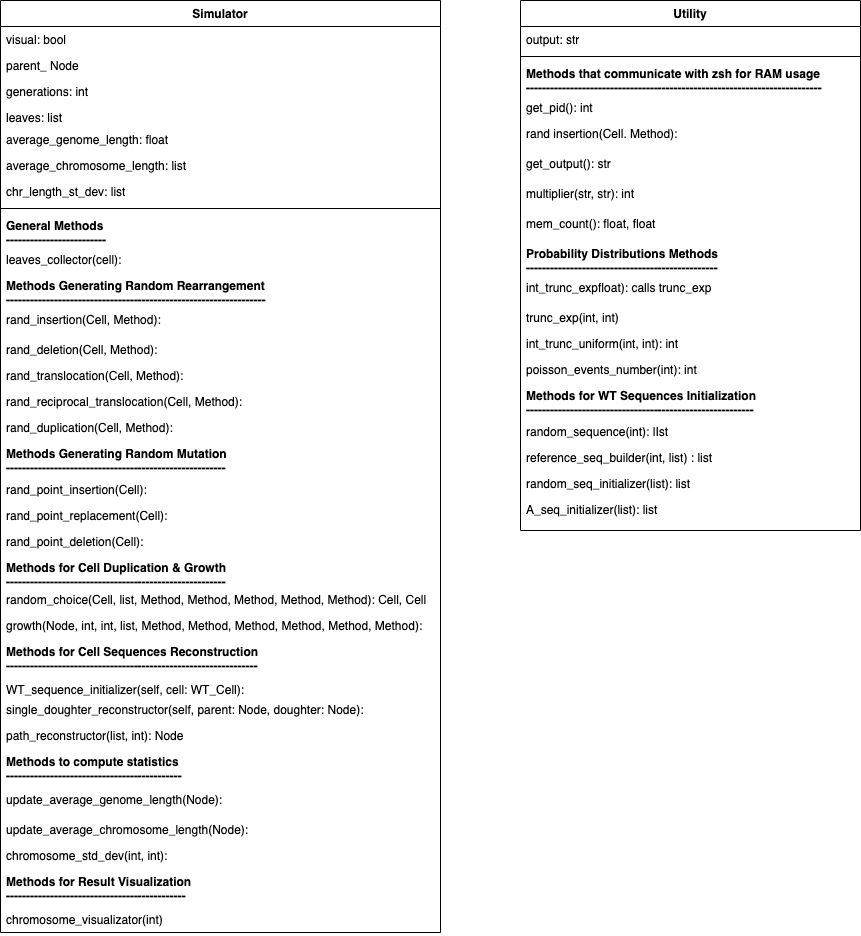
Above: images/Simulator.png in robertonetti/yeast-cascade-mutation-simulator (draw.io), before the change. Source tidied: cells renumbered, new cells last; positions are measured from the earlier drawing's top-left corner, leaving out a move shared by most shapes.
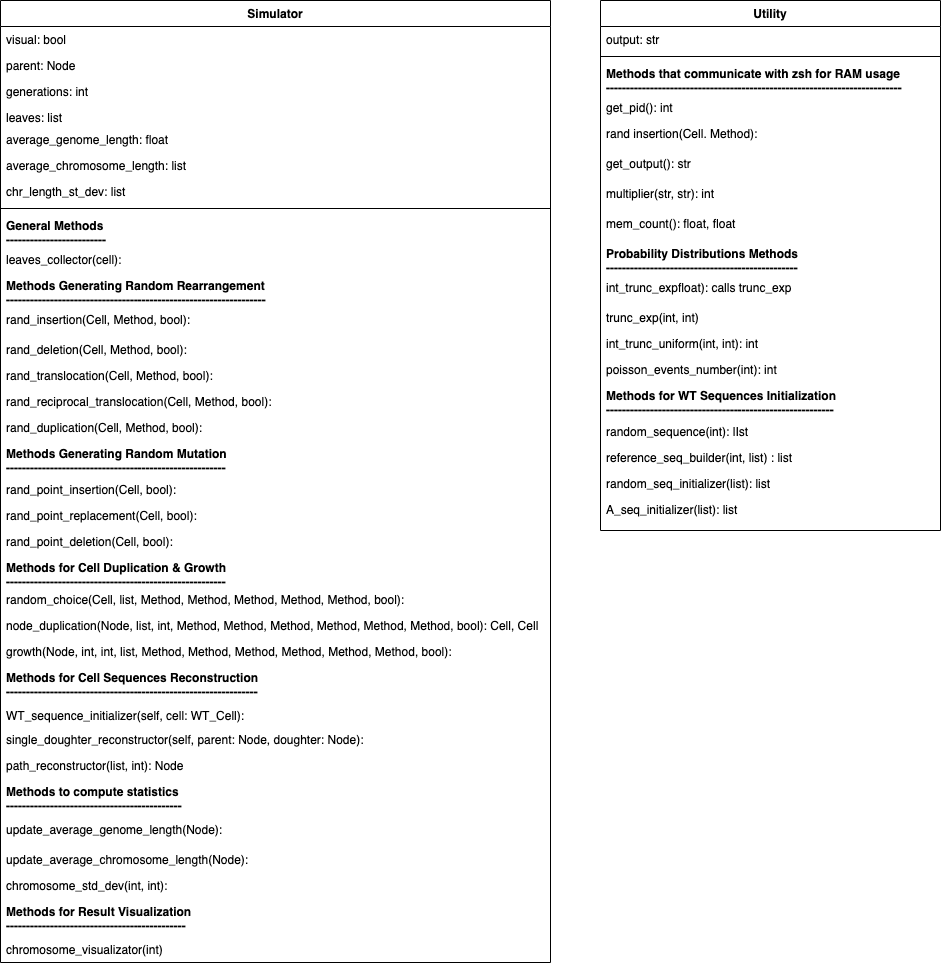
The same file after the commit.

The edit, as a diff of the source:
```diff
@@ -3,109 +3,112 @@
     <mxCell id="0" />
     <mxCell id="1" parent="0" />
     <mxCell id="2" value="Simulator" style="swimlane;fontStyle=1;align=center;verticalAlign=top;horizontal=1;startSize=26;rounded=0;shadow=0;strokeWidth=1;labelBackgroundColor=none;labelBorderColor=none;" parent="1" vertex="1">
-      <mxGeometry width="440" height="932" as="geometry" />
+      <mxGeometry width="550" height="962" as="geometry" />
     </mxCell>
     <mxCell id="3" value="visual: bool" style="text;align=left;verticalAlign=top;spacingLeft=4;spacingRight=4;overflow=hidden;" parent="2" vertex="1">
-      <mxGeometry y="26" width="440" height="26" as="geometry" />
+      <mxGeometry y="26" width="550" height="26" as="geometry" />
     </mxCell>
-    <mxCell id="4" value="parent_ Node" style="text;align=left;verticalAlign=top;spacingLeft=4;spacingRight=4;overflow=hidden;" parent="2" vertex="1">
-      <mxGeometry y="52" width="440" height="26" as="geometry" />
+    <mxCell id="4" value="parent: Node" style="text;align=left;verticalAlign=top;spacingLeft=4;spacingRight=4;overflow=hidden;" parent="2" vertex="1">
+      <mxGeometry y="52" width="550" height="26" as="geometry" />
     </mxCell>
     <mxCell id="5" value="generations: int" style="text;align=left;verticalAlign=top;spacingLeft=4;spacingRight=4;overflow=hidden;rounded=0;shadow=0;html=0;" parent="2" vertex="1">
-      <mxGeometry y="78" width="440" height="26" as="geometry" />
+      <mxGeometry y="78" width="550" height="26" as="geometry" />
     </mxCell>
     <mxCell id="6" value="leaves: list" style="text;align=left;verticalAlign=top;spacingLeft=4;spacingRight=4;overflow=hidden;rounded=0;shadow=0;html=0;" parent="2" vertex="1">
-      <mxGeometry y="104" width="440" height="22" as="geometry" />
+      <mxGeometry y="104" width="550" height="22" as="geometry" />
     </mxCell>
     <mxCell id="7" value="average_genome_length: float" style="text;align=left;verticalAlign=top;spacingLeft=4;spacingRight=4;overflow=hidden;" parent="2" vertex="1">
-      <mxGeometry y="126" width="440" height="26" as="geometry" />
+      <mxGeometry y="126" width="550" height="26" as="geometry" />
     </mxCell>
     <mxCell id="8" value="average_chromosome_length: list" style="text;align=left;verticalAlign=top;spacingLeft=4;spacingRight=4;overflow=hidden;" parent="2" vertex="1">
-      <mxGeometry y="152" width="440" height="26" as="geometry" />
+      <mxGeometry y="152" width="550" height="26" as="geometry" />
     </mxCell>
     <mxCell id="9" value="chr_length_st_dev: list" style="text;align=left;verticalAlign=top;spacingLeft=4;spacingRight=4;overflow=hidden;" parent="2" vertex="1">
-      <mxGeometry y="178" width="440" height="26" as="geometry" />
+      <mxGeometry y="178" width="550" height="26" as="geometry" />
     </mxCell>
     <mxCell id="10" style="line;html=1;strokeWidth=1;align=left;verticalAlign=middle;spacingTop=-1;spacingLeft=3;spacingRight=3;labelPosition=right;" parent="2" vertex="1">
-      <mxGeometry y="204" width="440" height="8" as="geometry" />
+      <mxGeometry y="204" width="550" height="8" as="geometry" />
     </mxCell>
     <mxCell id="11" value="General Methods&#10;-------------------------" style="text;align=left;verticalAlign=top;spacingLeft=4;spacingRight=4;overflow=hidden;fontStyle=1;" parent="2" vertex="1">
-      <mxGeometry y="212" width="440" height="34" as="geometry" />
+      <mxGeometry y="212" width="550" height="34" as="geometry" />
     </mxCell>
     <mxCell id="12" value="leaves_collector(cell):" style="text;align=left;verticalAlign=top;spacingLeft=4;spacingRight=4;overflow=hidden;" parent="2" vertex="1">
-      <mxGeometry y="246" width="440" height="26" as="geometry" />
+      <mxGeometry y="246" width="550" height="26" as="geometry" />
     </mxCell>
     <mxCell id="13" value="Methods Generating Random Rearrangement&#10;-----------------------------------------------------------------" style="text;align=left;verticalAlign=top;spacingLeft=4;spacingRight=4;overflow=hidden;fontStyle=1;" parent="2" vertex="1">
-      <mxGeometry y="272" width="440" height="34" as="geometry" />
+      <mxGeometry y="272" width="550" height="34" as="geometry" />
     </mxCell>
-    <mxCell id="14" value="rand_insertion(Cell, Method):&#10;" style="text;align=left;verticalAlign=top;spacingLeft=4;spacingRight=4;overflow=hidden;" parent="2" vertex="1">
-      <mxGeometry y="306" width="440" height="30" as="geometry" />
+    <mxCell id="14" value="rand_insertion(Cell, Method, bool):&#10;" style="text;align=left;verticalAlign=top;spacingLeft=4;spacingRight=4;overflow=hidden;" parent="2" vertex="1">
+      <mxGeometry y="306" width="550" height="30" as="geometry" />
     </mxCell>
-    <mxCell id="15" value="rand_deletion(Cell, Method):" style="text;align=left;verticalAlign=top;spacingLeft=4;spacingRight=4;overflow=hidden;" parent="2" vertex="1">
-      <mxGeometry y="336" width="440" height="26" as="geometry" />
+    <mxCell id="15" value="rand_deletion(Cell, Method, bool):" style="text;align=left;verticalAlign=top;spacingLeft=4;spacingRight=4;overflow=hidden;" parent="2" vertex="1">
+      <mxGeometry y="336" width="550" height="26" as="geometry" />
     </mxCell>
-    <mxCell id="16" value="rand_translocation(Cell, Method):" style="text;align=left;verticalAlign=top;spacingLeft=4;spacingRight=4;overflow=hidden;" parent="2" vertex="1">
-      <mxGeometry y="362" width="440" height="26" as="geometry" />
+    <mxCell id="16" value="rand_translocation(Cell, Method, bool):" style="text;align=left;verticalAlign=top;spacingLeft=4;spacingRight=4;overflow=hidden;" parent="2" vertex="1">
+      <mxGeometry y="362" width="550" height="26" as="geometry" />
     </mxCell>
-    <mxCell id="17" value="rand_reciprocal_translocation(Cell, Method):" style="text;align=left;verticalAlign=top;spacingLeft=4;spacingRight=4;overflow=hidden;" parent="2" vertex="1">
-      <mxGeometry y="388" width="440" height="26" as="geometry" />
+    <mxCell id="17" value="rand_reciprocal_translocation(Cell, Method, bool):" style="text;align=left;verticalAlign=top;spacingLeft=4;spacingRight=4;overflow=hidden;" parent="2" vertex="1">
+      <mxGeometry y="388" width="550" height="26" as="geometry" />
     </mxCell>
-    <mxCell id="18" value="rand_duplication(Cell, Method):" style="text;align=left;verticalAlign=top;spacingLeft=4;spacingRight=4;overflow=hidden;" parent="2" vertex="1">
-      <mxGeometry y="414" width="440" height="26" as="geometry" />
+    <mxCell id="18" value="rand_duplication(Cell, Method, bool):" style="text;align=left;verticalAlign=top;spacingLeft=4;spacingRight=4;overflow=hidden;" parent="2" vertex="1">
+      <mxGeometry y="414" width="550" height="26" as="geometry" />
     </mxCell>
     <mxCell id="19" value="Methods Generating Random Mutation&#10;-------------------------------------------------------" style="text;align=left;verticalAlign=top;spacingLeft=4;spacingRight=4;overflow=hidden;fontStyle=1;" parent="2" vertex="1">
-      <mxGeometry y="440" width="440" height="36" as="geometry" />
+      <mxGeometry y="440" width="550" height="36" as="geometry" />
     </mxCell>
-    <mxCell id="20" value="rand_point_insertion(Cell): " style="text;align=left;verticalAlign=top;spacingLeft=4;spacingRight=4;overflow=hidden;" parent="2" vertex="1">
-      <mxGeometry y="476" width="440" height="26" as="geometry" />
+    <mxCell id="20" value="rand_point_insertion(Cell, bool): " style="text;align=left;verticalAlign=top;spacingLeft=4;spacingRight=4;overflow=hidden;" parent="2" vertex="1">
+      <mxGeometry y="476" width="550" height="26" as="geometry" />
     </mxCell>
-    <mxCell id="21" value="rand_point_replacement(Cell):" style="text;align=left;verticalAlign=top;spacingLeft=4;spacingRight=4;overflow=hidden;" parent="2" vertex="1">
-      <mxGeometry y="502" width="440" height="26" as="geometry" />
+    <mxCell id="21" value="rand_point_replacement(Cell, bool):" style="text;align=left;verticalAlign=top;spacingLeft=4;spacingRight=4;overflow=hidden;" parent="2" vertex="1">
+      <mxGeometry y="502" width="550" height="26" as="geometry" />
     </mxCell>
-    <mxCell id="22" value="rand_point_deletion(Cell):&#10;" style="text;align=left;verticalAlign=top;spacingLeft=4;spacingRight=4;overflow=hidden;" parent="2" vertex="1">
-      <mxGeometry y="528" width="440" height="26" as="geometry" />
+    <mxCell id="22" value="rand_point_deletion(Cell, bool):&#10;" style="text;align=left;verticalAlign=top;spacingLeft=4;spacingRight=4;overflow=hidden;" parent="2" vertex="1">
+      <mxGeometry y="528" width="550" height="26" as="geometry" />
     </mxCell>
     <mxCell id="23" value="Methods for Cell Duplication &amp; Growth&#10;-------------------------------------------------------" style="text;align=left;verticalAlign=top;spacingLeft=4;spacingRight=4;overflow=hidden;fontStyle=1;" parent="2" vertex="1">
-      <mxGeometry y="554" width="440" height="32" as="geometry" />
+      <mxGeometry y="554" width="550" height="32" as="geometry" />
     </mxCell>
-    <mxCell id="24" value="random_choice(Cell, list, Method, Method, Method, Method, Method): Cell, Cell&#10;" style="text;align=left;verticalAlign=top;spacingLeft=4;spacingRight=4;overflow=hidden;" parent="2" vertex="1">
-      <mxGeometry y="586" width="440" height="26" as="geometry" />
+    <mxCell id="24" value="random_choice(Cell, list, Method, Method, Method, Method, Method, bool):" style="text;align=left;verticalAlign=top;spacingLeft=4;spacingRight=4;overflow=hidden;" parent="2" vertex="1">
+      <mxGeometry y="586" width="550" height="26" as="geometry" />
     </mxCell>
+    <mxCell id="55" value="node_duplication(Node, list, int, Method, Method, Method, Method, Method, Method, bool): Cell, Cell&#10;" style="text;align=left;verticalAlign=top;spacingLeft=4;spacingRight=4;overflow=hidden;" parent="2" vertex="1">
+      <mxGeometry y="612" width="550" height="26" as="geometry" />
+    </mxCell>
-    <mxCell id="25" value="growth(Node, int, int, list, Method, Method, Method, Method, Method, Method):" style="text;align=left;verticalAlign=top;spacingLeft=4;spacingRight=4;overflow=hidden;" parent="2" vertex="1">
-      <mxGeometry y="612" width="440" height="26" as="geometry" />
+    <mxCell id="25" value="growth(Node, int, int, list, Method, Method, Method, Method, Method, Method, bool):" style="text;align=left;verticalAlign=top;spacingLeft=4;spacingRight=4;overflow=hidden;" parent="2" vertex="1">
+      <mxGeometry y="638" width="550" height="26" as="geometry" />
     </mxCell>
     <mxCell id="26" value="Methods for Cell Sequences Reconstruction&#10;---------------------------------------------------------------" style="text;align=left;verticalAlign=top;spacingLeft=4;spacingRight=4;overflow=hidden;fontStyle=1;" parent="2" vertex="1">
-      <mxGeometry y="638" width="440" height="38" as="geometry" />
+      <mxGeometry y="664" width="550" height="38" as="geometry" />
     </mxCell>
     <mxCell id="27" value="WT_sequence_initializer(self, cell: WT_Cell): &#10;" style="text;align=left;verticalAlign=top;spacingLeft=4;spacingRight=4;overflow=hidden;" parent="2" vertex="1">
-      <mxGeometry y="676" width="440" height="20" as="geometry" />
+      <mxGeometry y="702" width="550" height="24" as="geometry" />
     </mxCell>
     <mxCell id="28" value="single_doughter_reconstructor(self, parent: Node, doughter: Node):" style="text;align=left;verticalAlign=top;spacingLeft=4;spacingRight=4;overflow=hidden;" parent="2" vertex="1">
-      <mxGeometry y="696" width="440" height="26" as="geometry" />
+      <mxGeometry y="726" width="550" height="26" as="geometry" />
     </mxCell>
     <mxCell id="29" value="path_reconstructor(list, int): Node" style="text;align=left;verticalAlign=top;spacingLeft=4;spacingRight=4;overflow=hidden;" parent="2" vertex="1">
-      <mxGeometry y="722" width="440" height="26" as="geometry" />
+      <mxGeometry y="752" width="550" height="26" as="geometry" />
     </mxCell>
     <mxCell id="30" value="Methods to compute statistics&#10;--------------------------------------------" style="text;align=left;verticalAlign=top;spacingLeft=4;spacingRight=4;overflow=hidden;fontStyle=1;" parent="2" vertex="1">
-      <mxGeometry y="748" width="440" height="38" as="geometry" />
+      <mxGeometry y="778" width="550" height="38" as="geometry" />
     </mxCell>
     <mxCell id="31" value="update_average_genome_length(Node):&#10;" style="text;align=left;verticalAlign=top;spacingLeft=4;spacingRight=4;overflow=hidden;" parent="2" vertex="1">
-      <mxGeometry y="786" width="440" height="30" as="geometry" />
+      <mxGeometry y="816" width="550" height="30" as="geometry" />
     </mxCell>
     <mxCell id="32" value="update_average_chromosome_length(Node):" style="text;align=left;verticalAlign=top;spacingLeft=4;spacingRight=4;overflow=hidden;" parent="2" vertex="1">
-      <mxGeometry y="816" width="440" height="26" as="geometry" />
+      <mxGeometry y="846" width="550" height="26" as="geometry" />
     </mxCell>
     <mxCell id="33" value="chromosome_std_dev(int, int):" style="text;align=left;verticalAlign=top;spacingLeft=4;spacingRight=4;overflow=hidden;" parent="2" vertex="1">
-      <mxGeometry y="842" width="440" height="26" as="geometry" />
+      <mxGeometry y="872" width="550" height="26" as="geometry" />
     </mxCell>
     <mxCell id="34" value="Methods for Result Visualization&#10;---------------------------------------------" style="text;align=left;verticalAlign=top;spacingLeft=4;spacingRight=4;overflow=hidden;fontStyle=1;" parent="2" vertex="1">
-      <mxGeometry y="868" width="440" height="38" as="geometry" />
+      <mxGeometry y="898" width="550" height="38" as="geometry" />
     </mxCell>
     <mxCell id="35" value="chromosome_visualizator(int)" style="text;align=left;verticalAlign=top;spacingLeft=4;spacingRight=4;overflow=hidden;" parent="2" vertex="1">
-      <mxGeometry y="906" width="440" height="26" as="geometry" />
+      <mxGeometry y="936" width="550" height="26" as="geometry" />
     </mxCell>
     <mxCell id="36" value="Utility" style="swimlane;fontStyle=1;align=center;verticalAlign=top;horizontal=1;startSize=26;rounded=0;shadow=0;strokeWidth=1;labelBackgroundColor=none;labelBorderColor=none;" parent="1" vertex="1">
-      <mxGeometry x="520" width="340" height="530" as="geometry" />
+      <mxGeometry x="600" width="340" height="530" as="geometry" />
     </mxCell>
     <mxCell id="37" value="output: str" style="text;align=left;verticalAlign=top;spacingLeft=4;spacingRight=4;overflow=hidden;" parent="36" vertex="1">
       <mxGeometry y="26" width="340" height="26" as="geometry" />
```
